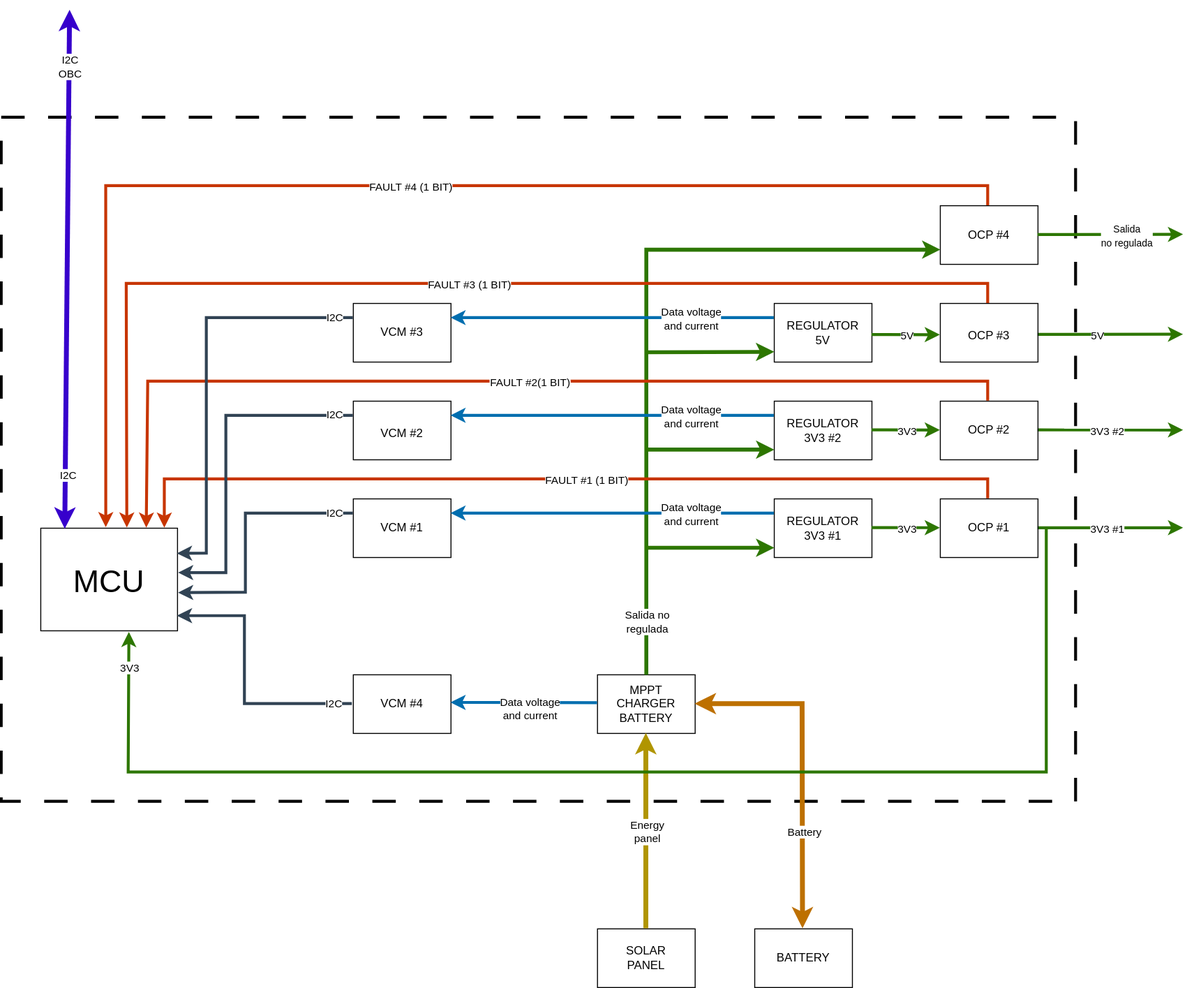
Before: diagrama.svg, a diagram exported from draw.io (TobiasDecoud/Electrical-Power-System). Source tidied: cells renumbered, new cells last; positions are measured from the earlier drawing's top-left corner, leaving out a move shared by most shapes.
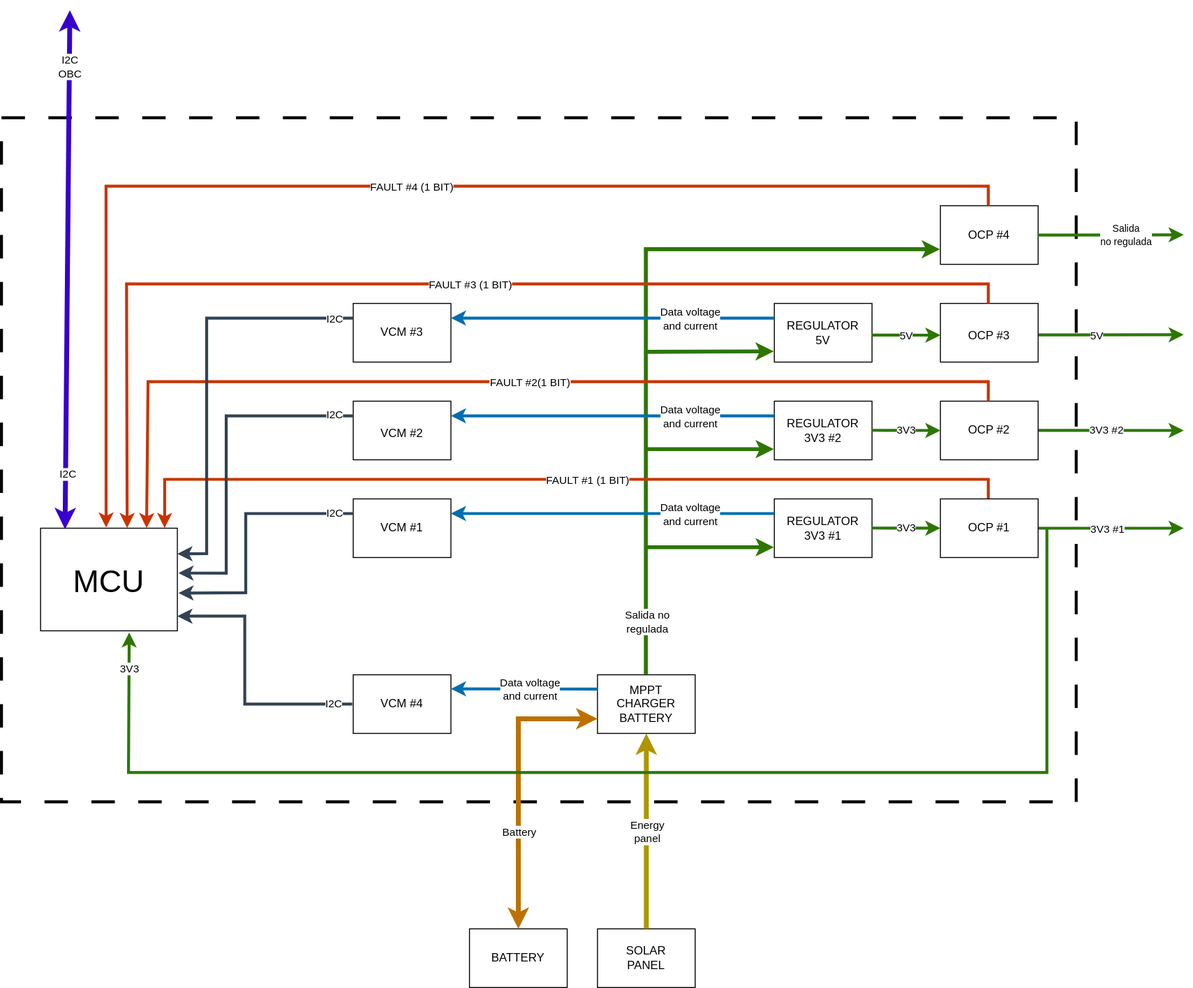
The same file after the commit.

Commit message:
Cambie ubicacion de baterry en el diagrama

Change to the diagram source:
```diff
@@ -43,10 +43,10 @@
       <mxGeometry x="630" y="695" width="60" height="30" as="geometry" />
     </mxCell>
     <mxCell id="12" style="rounded=0;whiteSpace=wrap;html=1;fillColor=none;" parent="1" vertex="1">
-      <mxGeometry x="771" y="940" width="100" height="60" as="geometry" />
+      <mxGeometry x="479" y="940" width="100" height="60" as="geometry" />
     </mxCell>
     <mxCell id="13" value="BATTERY" style="text;html=1;whiteSpace=wrap;strokeColor=none;fillColor=none;align=center;verticalAlign=middle;rounded=0;" parent="1" vertex="1">
-      <mxGeometry x="791" y="955" width="60" height="30" as="geometry" />
+      <mxGeometry x="499" y="955" width="60" height="30" as="geometry" />
     </mxCell>
     <mxCell id="14" style="rounded=0;whiteSpace=wrap;html=1;fillColor=none;" parent="1" vertex="1">
       <mxGeometry x="961" y="200" width="100" height="60" as="geometry" />
@@ -255,13 +255,13 @@
     </mxCell>
     <mxCell id="61" style="endArrow=classic;html=1;rounded=0;fillColor=#1ba1e2;strokeColor=#006EAF;strokeWidth=3;entryX=1;entryY=0.25;entryDx=0;entryDy=0;" parent="1" edge="1">
       <mxGeometry relative="1" as="geometry">
-        <mxPoint x="610" y="709" as="sourcePoint" />
-        <mxPoint x="460" y="708.8" as="targetPoint" />
+        <mxPoint x="610" y="694.6" as="sourcePoint" />
+        <mxPoint x="460" y="694.4" as="targetPoint" />
       </mxGeometry>
     </mxCell>
     <mxCell id="62" value="Data voltage&lt;div&gt;and current&lt;/div&gt;" style="edgeLabel;html=1;align=center;verticalAlign=middle;" parent="61" vertex="1">
       <mxGeometry relative="1" as="geometry">
-        <mxPoint x="5" y="5" as="offset" />
+        <mxPoint x="5" as="offset" />
       </mxGeometry>
     </mxCell>
     <mxCell id="63" style="endArrow=classic;html=1;rounded=0;fillColor=#647687;strokeColor=#314354;strokeWidth=3;exitX=0;exitY=0.25;exitDx=0;exitDy=0;entryX=1;entryY=0.25;entryDx=0;entryDy=0;" parent="1" edge="1" source="30" target="7">
@@ -330,16 +330,15 @@
         <mxPoint x="-4" y="-45" as="offset" />
       </mxGeometry>
     </mxCell>
-    <mxCell id="73" style="endArrow=classic;html=1;rounded=0;exitX=0.5;exitY=0;exitDx=0;exitDy=0;strokeWidth=5;fillColor=#f0a30a;strokeColor=#BD7000;entryX=1;entryY=0.5;entryDx=0;entryDy=0;startArrow=classic;startFill=1;" parent="1" edge="1" target="10">
+    <mxCell id="73" style="endArrow=classic;html=1;rounded=0;exitX=0.5;exitY=0;exitDx=0;exitDy=0;strokeWidth=5;fillColor=#f0a30a;strokeColor=#BD7000;entryX=0;entryY=0.75;entryDx=0;entryDy=0;startArrow=classic;startFill=1;" parent="1" edge="1" source="12" target="10">
       <mxGeometry relative="1" as="geometry">
-        <mxPoint x="820.4" y="940" as="sourcePoint" />
         <Array as="points">
-          <mxPoint x="820" y="710" />
+          <mxPoint x="529" y="725" />
         </Array>
       </mxGeometry>
     </mxCell>
     <mxCell id="74" value="Battery" style="edgeLabel;html=1;align=center;verticalAlign=middle;" parent="1" vertex="1">
-      <mxGeometry x="821" y="840" as="geometry" />
+      <mxGeometry x="529" y="840" as="geometry" />
     </mxCell>
     <mxCell id="75" style="endArrow=classic;html=1;rounded=0;fillColor=#60a917;strokeColor=#2D7600;strokeWidth=3;" parent="1" edge="1">
       <mxGeometry relative="1" as="geometry">
```
